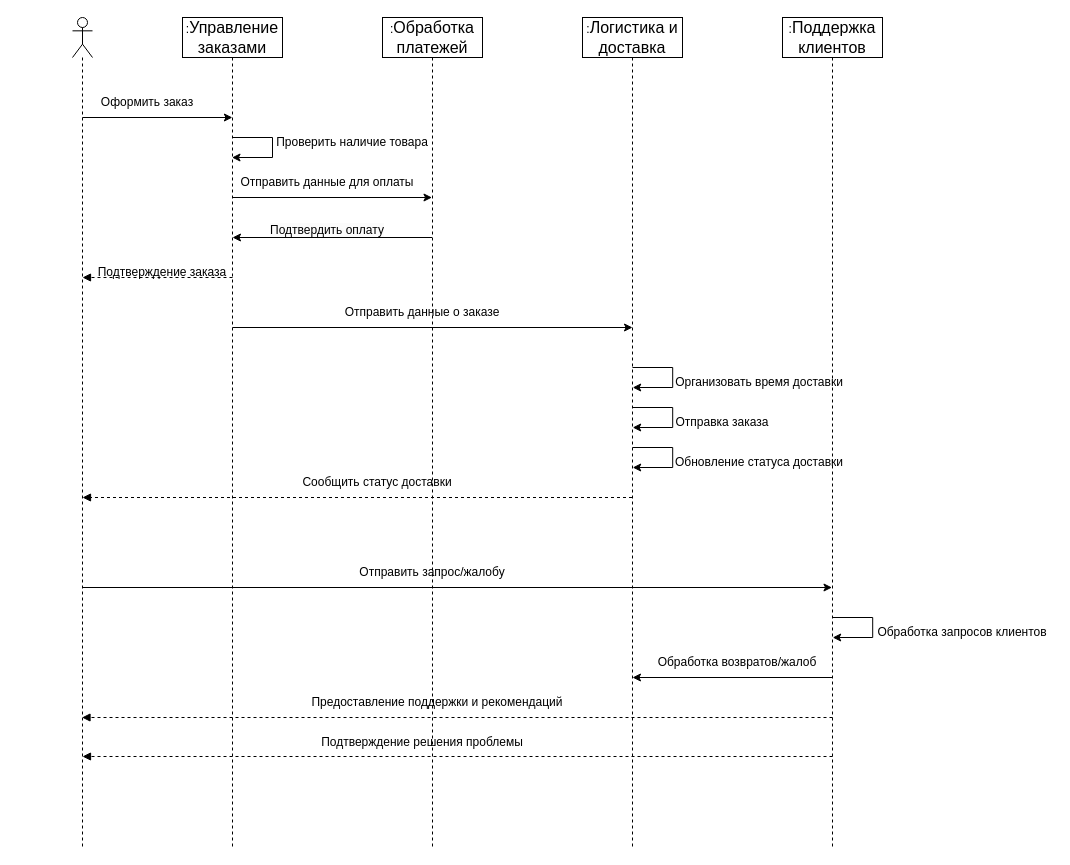
Above: page "Page-2" (2 of 3) of obos_4PR.drawio in mati-tech/draw.io (draw.io), before the change. Source tidied: cells renumbered, new cells numbered last; positions are measured from the earlier drawing's top-left corner, leaving out a move shared by most shapes. Both pictures are drawn from the tidied source at 100%, with x=0, y=0 at pixel (72, 17).
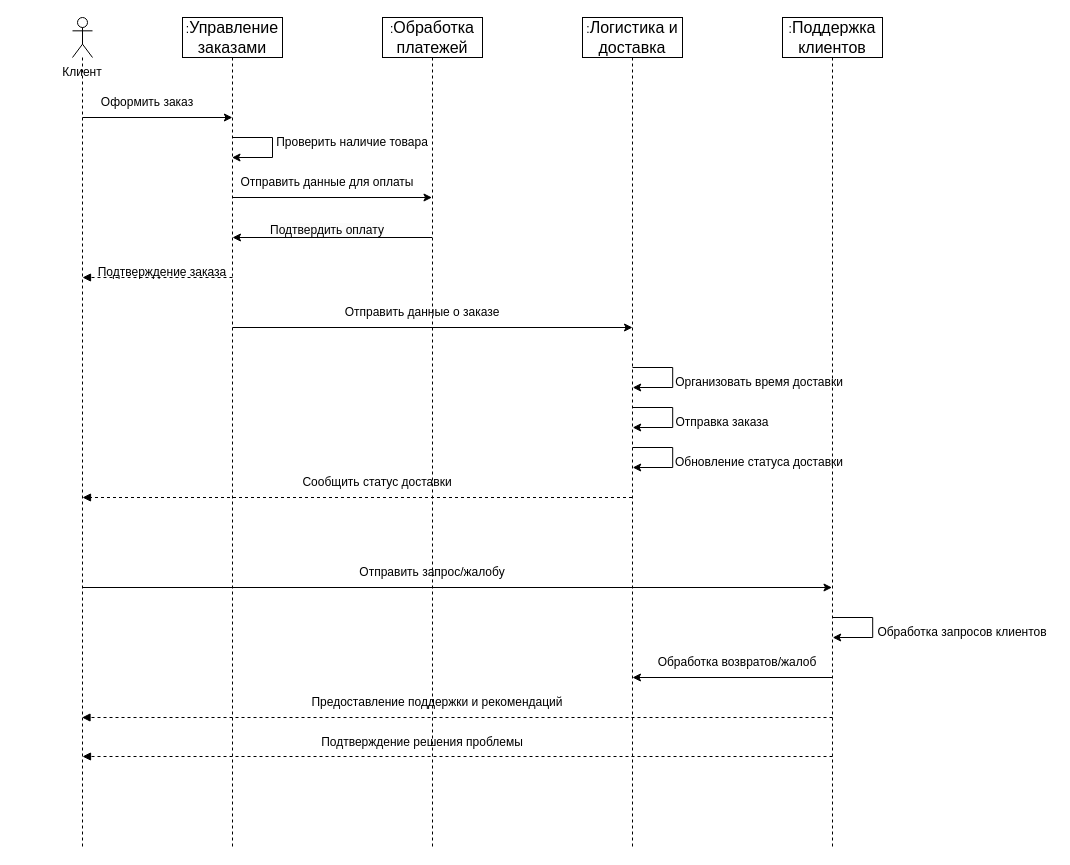
Above is the later version.

The edit, as a diff of the source:
```diff
@@
+    <mxCell id="37" value="&lt;span style=&quot;text-align: left;&quot;&gt;&lt;font style=&quot;font-size: 12px;&quot;&gt;Клиент&lt;/font&gt;&lt;/span&gt;" style="text;html=1;align=center;verticalAlign=middle;whiteSpace=wrap;rounded=0;" parent="1" vertex="1">
+      <mxGeometry x="-55" y="40" width="130" height="30" as="geometry" />
+    </mxCell>
```
